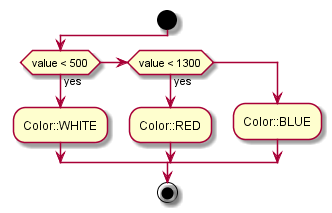
Above: documentation/decision-tree-color.png in SchmidJoel/FischertechnikTXTApi (PlantUML), before the change.
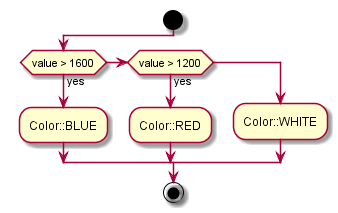
The same file after the commit.

What changed in the source:
```diff
@@ -1,11 +1,11 @@
 @startuml decision-tree-color
 start
-if (value < 500) then (yes)
-  :Color::WHITE;
-elseif (value < 1300) then (yes)
+if (value > 1600) then (yes)
+  :Color::BLUE;
+elseif (value > 1200) then (yes)
   :Color::RED;
 else ()
-  :Color::BLUE;
+  :Color::WHITE;
 endif
 stop
 @enduml
```
